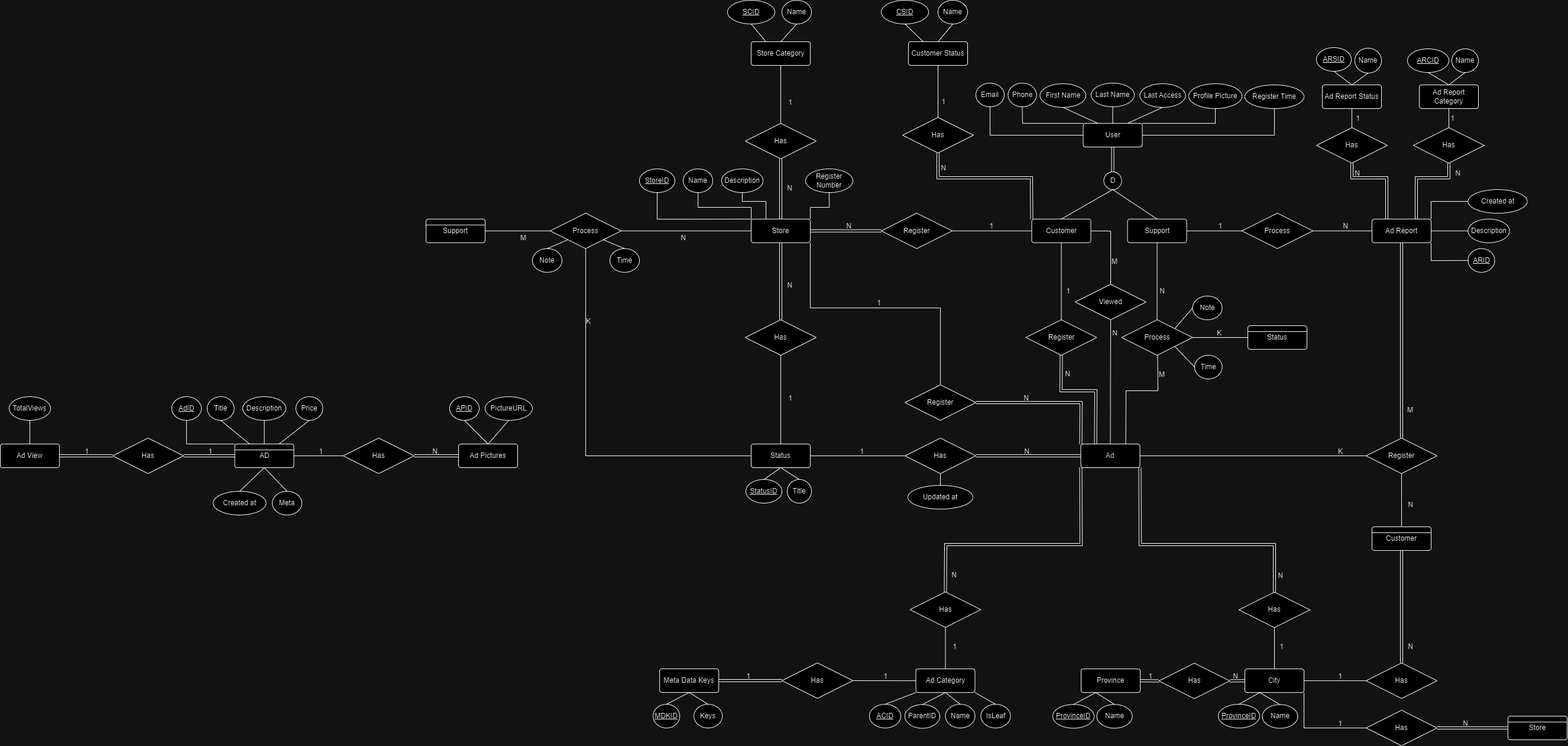
Earlier version of the draw.io export Project.drawio.png (Bozi303/ERDiagram). Source tidied: cells renumbered, new cells last; positions are measured from the earlier drawing's top-left corner, leaving out a move shared by most shapes.
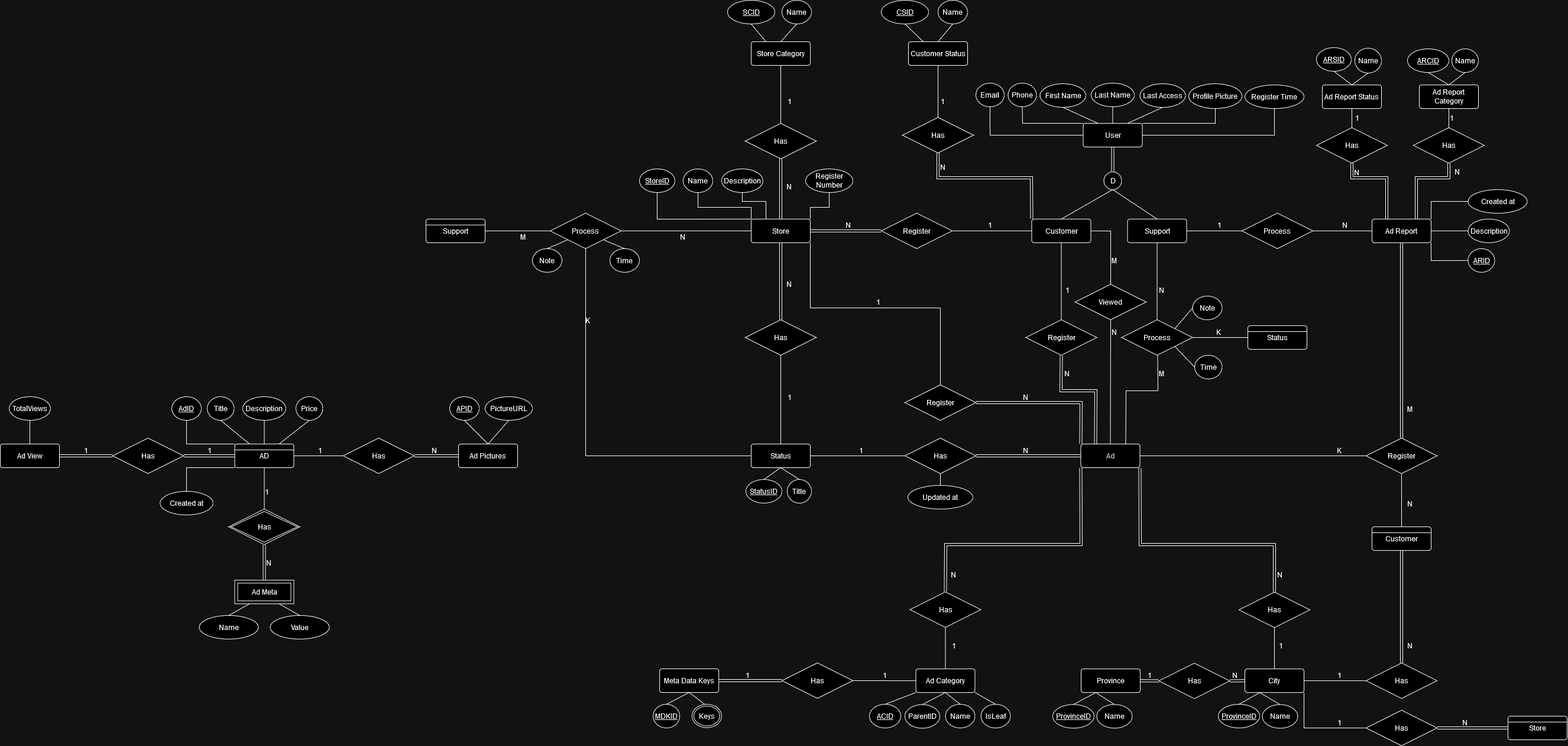
The same diagram one commit later.

Commit message:
applying 1NF rules for meta

The edit, as a diff of the source:
```diff
@@ -78,7 +78,7 @@
       <mxGeometry x="500" y="670" width="45.5" height="40" as="geometry" />
     </mxCell>
     <mxCell id="21" value="Created at" style="ellipse;whiteSpace=wrap;html=1;align=center;" parent="1" vertex="1">
-      <mxGeometry x="360" y="830" width="89.5" height="40" as="geometry" />
+      <mxGeometry x="270.2" y="830" width="89.5" height="40" as="geometry" />
     </mxCell>
     <mxCell id="22" value="Register" style="shape=rhombus;perimeter=rhombusPerimeter;whiteSpace=wrap;html=1;align=center;" parent="1" vertex="1">
       <mxGeometry x="1734.5" y="540" width="120" height="60" as="geometry" />
@@ -275,9 +275,6 @@
         <mxPoint x="-87" as="offset" />
       </mxGeometry>
     </mxCell>
-    <mxCell id="71" value="Meta" style="ellipse;whiteSpace=wrap;html=1;align=center;" parent="1" vertex="1">
-      <mxGeometry x="460" y="830" width="50" height="40" as="geometry" />
-    </mxCell>
     <mxCell id="72" style="endArrow=none;html=1;rounded=0;exitX=1;exitY=0.5;exitDx=0;exitDy=0;entryX=0;entryY=0.5;entryDx=0;entryDy=0;" parent="1" edge="1" source="17" target="60">
       <mxGeometry relative="1" as="geometry" />
     </mxCell>
@@ -642,7 +639,7 @@
     <mxCell id="166" value="MDKID" style="ellipse;whiteSpace=wrap;html=1;align=center;fontStyle=4;" parent="1" vertex="1">
       <mxGeometry x="1104.1" y="1190" width="45" height="40" as="geometry" />
     </mxCell>
-    <mxCell id="167" style="endArrow=none;html=1;rounded=0;entryX=0.5;entryY=0;entryDx=0;entryDy=0;exitX=0.5;exitY=1;exitDx=0;exitDy=0;" parent="1" edge="1" source="160" target="193">
+    <mxCell id="167" style="endArrow=none;html=1;rounded=0;entryX=0.433;entryY=0.008;entryDx=0;entryDy=0;exitX=0.5;exitY=1;exitDx=0;exitDy=0;entryPerimeter=0;" parent="1" edge="1" source="160" target="193">
       <mxGeometry relative="1" as="geometry" />
     </mxCell>
     <mxCell id="168" style="endArrow=none;html=1;rounded=0;exitX=0.5;exitY=0;exitDx=0;exitDy=0;entryX=0.5;entryY=1;entryDx=0;entryDy=0;" parent="1" edge="1" source="166" target="160">
@@ -740,9 +737,6 @@
     <mxCell id="192" style="endArrow=none;html=1;rounded=0;entryX=1;entryY=1;entryDx=0;entryDy=0;exitX=0.5;exitY=0;exitDx=0;exitDy=0;" parent="1" edge="1" source="212" target="43">
       <mxGeometry relative="1" as="geometry" />
     </mxCell>
-    <mxCell id="193" value="Keys" style="ellipse;whiteSpace=wrap;html=1;align=center;" parent="1" vertex="1">
-      <mxGeometry x="1173.1" y="1190" width="48" height="40" as="geometry" />
-    </mxCell>
     <mxCell id="194" value="AD" style="rounded=1;arcSize=10;whiteSpace=wrap;html=1;align=center;" parent="1" vertex="1">
       <mxGeometry x="396.5" y="750" width="100" height="40" as="geometry" />
     </mxCell>
@@ -762,11 +756,12 @@
         <mxPoint x="75" y="-70" as="offset" />
       </mxGeometry>
     </mxCell>
-    <mxCell id="198" style="endArrow=none;html=1;rounded=0;exitX=0.5;exitY=0;exitDx=0;exitDy=0;entryX=0.5;entryY=1;entryDx=0;entryDy=0;" parent="1" edge="1" source="71" target="194">
-      <mxGeometry relative="1" as="geometry" />
-    </mxCell>
-    <mxCell id="199" style="endArrow=none;html=1;rounded=0;exitX=0.5;exitY=0;exitDx=0;exitDy=0;entryX=0.5;entryY=1;entryDx=0;entryDy=0;" parent="1" edge="1" source="21" target="194">
-      <mxGeometry relative="1" as="geometry" />
+    <mxCell id="199" style="endArrow=none;html=1;rounded=0;exitX=0.5;exitY=0;exitDx=0;exitDy=0;entryX=0;entryY=1;entryDx=0;entryDy=0;" parent="1" edge="1" source="21" target="194">
+      <mxGeometry relative="1" as="geometry">
+        <Array as="points">
+          <mxPoint x="315" y="790" />
+        </Array>
+      </mxGeometry>
     </mxCell>
     <mxCell id="200" style="endArrow=none;html=1;rounded=0;exitX=0.5;exitY=1;exitDx=0;exitDy=0;entryX=0.25;entryY=0;entryDx=0;entryDy=0;" parent="1" edge="1" source="18" target="194">
       <mxGeometry relative="1" as="geometry" />
@@ -934,5 +929,42 @@
     <mxCell id="245" style="edgeStyle=orthogonalEdgeStyle;rounded=0;orthogonalLoop=1;jettySize=auto;html=1;exitX=0.5;exitY=1;exitDx=0;exitDy=0;" parent="1" edge="1" source="219" target="219">
       <mxGeometry relative="1" as="geometry" />
     </mxCell>
+    <mxCell id="246" value="Name" style="ellipse;whiteSpace=wrap;html=1;align=center;" parent="1" vertex="1">
+      <mxGeometry x="336.5" y="1039.8" width="100" height="40" as="geometry" />
+    </mxCell>
+    <mxCell id="247" value="Value" style="ellipse;whiteSpace=wrap;html=1;align=center;" parent="1" vertex="1">
+      <mxGeometry x="456.5" y="1039.8" width="100" height="40" as="geometry" />
+    </mxCell>
+    <mxCell id="248" style="endArrow=none;html=1;rounded=0;entryX=0.25;entryY=1;entryDx=0;entryDy=0;exitX=0.5;exitY=0;exitDx=0;exitDy=0;" parent="1" edge="1" source="246" target="250">
+      <mxGeometry relative="1" as="geometry" />
+    </mxCell>
+    <mxCell id="249" style="endArrow=none;html=1;rounded=0;entryX=0.5;entryY=0;entryDx=0;entryDy=0;exitX=0.75;exitY=1;exitDx=0;exitDy=0;" parent="1" edge="1" source="250" target="247">
+      <mxGeometry relative="1" as="geometry" />
+    </mxCell>
+    <mxCell id="250" value="&lt;div&gt;Ad Meta&lt;/div&gt;" style="shape=ext;margin=3;double=1;whiteSpace=wrap;html=1;align=center;" parent="1" vertex="1">
+      <mxGeometry x="396.5" y="980.2" width="100" height="40" as="geometry" />
+    </mxCell>
+    <mxCell id="251" value="Has" style="shape=rhombus;double=1;perimeter=rhombusPerimeter;whiteSpace=wrap;html=1;align=center;" parent="1" vertex="1">
+      <mxGeometry x="386.5" y="860" width="120" height="60" as="geometry" />
+    </mxCell>
+    <mxCell id="252" style="shape=link;html=1;rounded=0;entryX=0.5;entryY=1;entryDx=0;entryDy=0;exitX=0.5;exitY=0;exitDx=0;exitDy=0;" parent="1" edge="1" source="250" target="251">
+      <mxGeometry relative="1" as="geometry" />
+    </mxCell>
+    <mxCell id="253" value="N" style="html=1;whiteSpace=wrap;align=right;verticalAlign=bottom;" parent="252" vertex="1">
+      <mxGeometry x="1" relative="1" as="geometry">
+        <mxPoint x="14" y="40" as="offset" />
+      </mxGeometry>
+    </mxCell>
+    <mxCell id="254" style="endArrow=none;html=1;rounded=0;exitX=0.5;exitY=1;exitDx=0;exitDy=0;entryX=0.5;entryY=0;entryDx=0;entryDy=0;" parent="1" edge="1" source="194" target="251">
+      <mxGeometry relative="1" as="geometry" />
+    </mxCell>
+    <mxCell id="255" value="1" style="html=1;whiteSpace=wrap;align=right;verticalAlign=bottom;" parent="254" vertex="1">
+      <mxGeometry x="1" relative="1" as="geometry">
+        <mxPoint x="10" y="-20" as="offset" />
+      </mxGeometry>
+    </mxCell>
+    <mxCell id="193" value="Keys" style="ellipse;shape=doubleEllipse;margin=3;whiteSpace=wrap;html=1;align=center;" parent="1" vertex="1">
+      <mxGeometry x="1170" y="1190" width="50" height="39.5" as="geometry" />
+    </mxCell>
   </root>
 </mxGraphModel>
```
